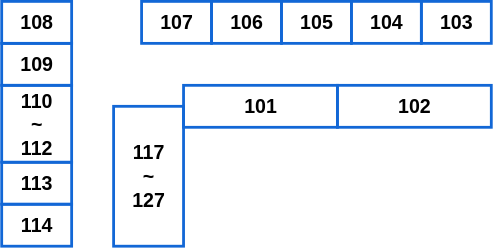
Above: public/images/floorplans/software/1f.svg in DKU-Opensource-Team23/Empty-Bear-FE (draw.io), before the change. Source tidied: cells renumbered, new cells last; positions are measured from the earlier drawing's top-left corner, leaving out a move shared by most shapes. Its diagram source:
```xml
<mxGraphModel>
  <root>
    <mxCell id="0" />
    <mxCell id="1" parent="0" />
    <mxCell id="2" value="107" style="whiteSpace=wrap;html=1;rounded=0;strokeColor=#1267D6;strokeWidth=2;align=center;verticalAlign=middle;fontFamily=sans-serif;fontSize=14;fontColor=default;fontStyle=1;fillColor=none;gradientColor=none;" parent="1" vertex="1">
      <mxGeometry x="100" width="50" height="30" as="geometry" />
    </mxCell>
    <mxCell id="3" value="106" style="whiteSpace=wrap;html=1;rounded=0;strokeColor=#1267D6;strokeWidth=2;align=center;verticalAlign=middle;fontFamily=sans-serif;fontSize=14;fontColor=default;fontStyle=1;fillColor=none;gradientColor=none;" parent="1" vertex="1">
      <mxGeometry x="150" width="50" height="30" as="geometry" />
    </mxCell>
    <mxCell id="4" value="105" style="whiteSpace=wrap;html=1;rounded=0;strokeColor=#1267D6;strokeWidth=2;align=center;verticalAlign=middle;fontFamily=sans-serif;fontSize=14;fontColor=default;fontStyle=1;fillColor=none;gradientColor=none;" parent="1" vertex="1">
      <mxGeometry x="200" width="50" height="30" as="geometry" />
    </mxCell>
    <mxCell id="5" value="104" style="whiteSpace=wrap;html=1;rounded=0;strokeColor=#1267D6;strokeWidth=2;align=center;verticalAlign=middle;fontFamily=sans-serif;fontSize=14;fontColor=default;fontStyle=1;fillColor=none;gradientColor=none;" parent="1" vertex="1">
      <mxGeometry x="250" width="50" height="30" as="geometry" />
    </mxCell>
    <mxCell id="6" value="103" style="whiteSpace=wrap;html=1;rounded=0;strokeColor=#1267D6;strokeWidth=2;align=center;verticalAlign=middle;fontFamily=sans-serif;fontSize=14;fontColor=default;fontStyle=1;fillColor=none;gradientColor=none;" parent="1" vertex="1">
      <mxGeometry x="300" width="50" height="30" as="geometry" />
    </mxCell>
    <mxCell id="7" value="102" style="whiteSpace=wrap;html=1;rounded=0;strokeColor=#1267D6;strokeWidth=2;align=center;verticalAlign=middle;fontFamily=sans-serif;fontSize=14;fontColor=default;fontStyle=1;fillColor=none;gradientColor=none;" parent="1" vertex="1">
      <mxGeometry x="240" y="60" width="110" height="30" as="geometry" />
    </mxCell>
    <mxCell id="8" value="101" style="whiteSpace=wrap;html=1;rounded=0;strokeColor=#1267D6;strokeWidth=2;align=center;verticalAlign=middle;fontFamily=sans-serif;fontSize=14;fontColor=default;fontStyle=1;fillColor=none;gradientColor=none;" parent="1" vertex="1">
      <mxGeometry x="130" y="60" width="110" height="30" as="geometry" />
    </mxCell>
    <mxCell id="9" value="108" style="whiteSpace=wrap;html=1;rounded=0;strokeColor=#1267D6;strokeWidth=2;align=center;verticalAlign=middle;fontFamily=sans-serif;fontSize=14;fontColor=default;fontStyle=1;fillColor=none;gradientColor=none;" parent="1" vertex="1">
      <mxGeometry width="50" height="30" as="geometry" />
    </mxCell>
    <mxCell id="10" value="109" style="whiteSpace=wrap;html=1;rounded=0;strokeColor=#1267D6;strokeWidth=2;align=center;verticalAlign=middle;fontFamily=sans-serif;fontSize=14;fontColor=default;fontStyle=1;fillColor=none;gradientColor=none;" parent="1" vertex="1">
      <mxGeometry y="30" width="50" height="30" as="geometry" />
    </mxCell>
    <mxCell id="11" value="110&lt;div&gt;~&lt;/div&gt;&lt;div&gt;112&lt;/div&gt;" style="whiteSpace=wrap;html=1;rounded=0;strokeColor=#1267D6;strokeWidth=2;align=center;verticalAlign=middle;fontFamily=sans-serif;fontSize=14;fontColor=default;fontStyle=1;fillColor=none;gradientColor=none;" parent="1" vertex="1">
      <mxGeometry y="60" width="50" height="55" as="geometry" />
    </mxCell>
    <mxCell id="12" value="117&lt;div&gt;~&lt;/div&gt;&lt;div&gt;127&lt;/div&gt;" style="whiteSpace=wrap;html=1;rounded=0;strokeColor=#1267D6;strokeWidth=2;align=center;verticalAlign=middle;fontFamily=sans-serif;fontSize=14;fontColor=default;fontStyle=1;fillColor=none;gradientColor=none;" parent="1" vertex="1">
      <mxGeometry x="80" y="75" width="50" height="100" as="geometry" />
    </mxCell>
    <mxCell id="13" value="113" style="whiteSpace=wrap;html=1;rounded=0;strokeColor=#1267D6;strokeWidth=2;align=center;verticalAlign=middle;fontFamily=sans-serif;fontSize=14;fontColor=default;fontStyle=1;fillColor=none;gradientColor=none;" parent="1" vertex="1">
      <mxGeometry y="115" width="50" height="30" as="geometry" />
    </mxCell>
    <mxCell id="14" value="114" style="whiteSpace=wrap;html=1;rounded=0;strokeColor=#1267D6;strokeWidth=2;align=center;verticalAlign=middle;fontFamily=sans-serif;fontSize=14;fontColor=default;fontStyle=1;fillColor=none;gradientColor=none;" parent="1" vertex="1">
      <mxGeometry y="145" width="50" height="30" as="geometry" />
    </mxCell>
  </root>
</mxGraphModel>
```
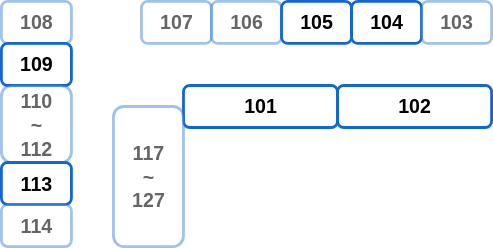
The same file after the commit.

Change to the diagram source:
```diff
@@ -2,43 +2,43 @@
   <root>
     <mxCell id="0" />
     <mxCell id="1" parent="0" />
-    <mxCell id="2" value="107" style="whiteSpace=wrap;html=1;rounded=0;strokeColor=#1267D6;strokeWidth=2;align=center;verticalAlign=middle;fontFamily=sans-serif;fontSize=14;fontColor=default;fontStyle=1;fillColor=none;gradientColor=none;" parent="1" vertex="1">
+    <mxCell id="2" value="107" style="whiteSpace=wrap;html=1;rounded=1;strokeColor=#1267D6;strokeWidth=2;align=center;verticalAlign=middle;fontFamily=sans-serif;fontSize=14;fontColor=default;fontStyle=1;fillColor=#FFFFFF;gradientColor=none;textOpacity=60;opacity=40;shadow=0;glass=0;fillStyle=auto;" parent="1" vertex="1">
       <mxGeometry x="100" width="50" height="30" as="geometry" />
     </mxCell>
-    <mxCell id="3" value="106" style="whiteSpace=wrap;html=1;rounded=0;strokeColor=#1267D6;strokeWidth=2;align=center;verticalAlign=middle;fontFamily=sans-serif;fontSize=14;fontColor=default;fontStyle=1;fillColor=none;gradientColor=none;" parent="1" vertex="1">
+    <mxCell id="3" value="106" style="whiteSpace=wrap;html=1;rounded=1;strokeColor=#1267D6;strokeWidth=2;align=center;verticalAlign=middle;fontFamily=sans-serif;fontSize=14;fontColor=default;fontStyle=1;fillColor=#FFFFFF;gradientColor=none;textOpacity=60;opacity=40;shadow=0;glass=0;fillStyle=auto;" parent="1" vertex="1">
       <mxGeometry x="150" width="50" height="30" as="geometry" />
     </mxCell>
-    <mxCell id="4" value="105" style="whiteSpace=wrap;html=1;rounded=0;strokeColor=#1267D6;strokeWidth=2;align=center;verticalAlign=middle;fontFamily=sans-serif;fontSize=14;fontColor=default;fontStyle=1;fillColor=none;gradientColor=none;" parent="1" vertex="1">
+    <mxCell id="4" value="105" style="whiteSpace=wrap;html=1;rounded=1;strokeColor=#1267D6;strokeWidth=2;align=center;verticalAlign=middle;fontFamily=sans-serif;fontSize=14;fontColor=default;fontStyle=1;fillColor=none;gradientColor=none;shadow=0;glass=0;" parent="1" vertex="1">
       <mxGeometry x="200" width="50" height="30" as="geometry" />
     </mxCell>
-    <mxCell id="5" value="104" style="whiteSpace=wrap;html=1;rounded=0;strokeColor=#1267D6;strokeWidth=2;align=center;verticalAlign=middle;fontFamily=sans-serif;fontSize=14;fontColor=default;fontStyle=1;fillColor=none;gradientColor=none;" parent="1" vertex="1">
+    <mxCell id="5" value="104" style="whiteSpace=wrap;html=1;rounded=1;strokeColor=#1267D6;strokeWidth=2;align=center;verticalAlign=middle;fontFamily=sans-serif;fontSize=14;fontColor=default;fontStyle=1;fillColor=none;gradientColor=none;shadow=0;glass=0;" parent="1" vertex="1">
       <mxGeometry x="250" width="50" height="30" as="geometry" />
     </mxCell>
-    <mxCell id="6" value="103" style="whiteSpace=wrap;html=1;rounded=0;strokeColor=#1267D6;strokeWidth=2;align=center;verticalAlign=middle;fontFamily=sans-serif;fontSize=14;fontColor=default;fontStyle=1;fillColor=none;gradientColor=none;" parent="1" vertex="1">
+    <mxCell id="6" value="103" style="whiteSpace=wrap;html=1;rounded=1;strokeColor=#1267D6;strokeWidth=2;align=center;verticalAlign=middle;fontFamily=sans-serif;fontSize=14;fontColor=default;fontStyle=1;fillColor=#FFFFFF;gradientColor=none;textOpacity=60;opacity=40;shadow=0;glass=0;fillStyle=auto;" parent="1" vertex="1">
       <mxGeometry x="300" width="50" height="30" as="geometry" />
     </mxCell>
-    <mxCell id="7" value="102" style="whiteSpace=wrap;html=1;rounded=0;strokeColor=#1267D6;strokeWidth=2;align=center;verticalAlign=middle;fontFamily=sans-serif;fontSize=14;fontColor=default;fontStyle=1;fillColor=none;gradientColor=none;" parent="1" vertex="1">
+    <mxCell id="7" value="102" style="whiteSpace=wrap;html=1;rounded=1;strokeColor=#1267D6;strokeWidth=2;align=center;verticalAlign=middle;fontFamily=sans-serif;fontSize=14;fontColor=default;fontStyle=1;fillColor=none;gradientColor=none;shadow=0;glass=0;" parent="1" vertex="1">
       <mxGeometry x="240" y="60" width="110" height="30" as="geometry" />
     </mxCell>
-    <mxCell id="8" value="101" style="whiteSpace=wrap;html=1;rounded=0;strokeColor=#1267D6;strokeWidth=2;align=center;verticalAlign=middle;fontFamily=sans-serif;fontSize=14;fontColor=default;fontStyle=1;fillColor=none;gradientColor=none;" parent="1" vertex="1">
+    <mxCell id="8" value="101" style="whiteSpace=wrap;html=1;rounded=1;strokeColor=#1267D6;strokeWidth=2;align=center;verticalAlign=middle;fontFamily=sans-serif;fontSize=14;fontColor=default;fontStyle=1;fillColor=none;gradientColor=none;shadow=0;glass=0;" parent="1" vertex="1">
       <mxGeometry x="130" y="60" width="110" height="30" as="geometry" />
     </mxCell>
-    <mxCell id="9" value="108" style="whiteSpace=wrap;html=1;rounded=0;strokeColor=#1267D6;strokeWidth=2;align=center;verticalAlign=middle;fontFamily=sans-serif;fontSize=14;fontColor=default;fontStyle=1;fillColor=none;gradientColor=none;" parent="1" vertex="1">
+    <mxCell id="9" value="108" style="whiteSpace=wrap;html=1;rounded=1;strokeColor=#1267D6;strokeWidth=2;align=center;verticalAlign=middle;fontFamily=sans-serif;fontSize=14;fontColor=default;fontStyle=1;fillColor=#FFFFFF;gradientColor=none;textOpacity=60;opacity=40;shadow=0;glass=0;fillStyle=auto;" parent="1" vertex="1">
       <mxGeometry width="50" height="30" as="geometry" />
     </mxCell>
-    <mxCell id="10" value="109" style="whiteSpace=wrap;html=1;rounded=0;strokeColor=#1267D6;strokeWidth=2;align=center;verticalAlign=middle;fontFamily=sans-serif;fontSize=14;fontColor=default;fontStyle=1;fillColor=none;gradientColor=none;" parent="1" vertex="1">
+    <mxCell id="10" value="109" style="whiteSpace=wrap;html=1;rounded=1;strokeColor=#1267D6;strokeWidth=2;align=center;verticalAlign=middle;fontFamily=sans-serif;fontSize=14;fontColor=default;fontStyle=1;fillColor=none;gradientColor=none;shadow=0;glass=0;" parent="1" vertex="1">
       <mxGeometry y="30" width="50" height="30" as="geometry" />
     </mxCell>
-    <mxCell id="11" value="110&lt;div&gt;~&lt;/div&gt;&lt;div&gt;112&lt;/div&gt;" style="whiteSpace=wrap;html=1;rounded=0;strokeColor=#1267D6;strokeWidth=2;align=center;verticalAlign=middle;fontFamily=sans-serif;fontSize=14;fontColor=default;fontStyle=1;fillColor=none;gradientColor=none;" parent="1" vertex="1">
+    <mxCell id="11" value="110&lt;div&gt;~&lt;/div&gt;&lt;div&gt;112&lt;/div&gt;" style="whiteSpace=wrap;html=1;rounded=1;strokeColor=#1267D6;strokeWidth=2;align=center;verticalAlign=middle;fontFamily=sans-serif;fontSize=14;fontColor=default;fontStyle=1;fillColor=#FFFFFF;gradientColor=none;textOpacity=60;opacity=40;shadow=0;glass=0;fillStyle=auto;" parent="1" vertex="1">
       <mxGeometry y="60" width="50" height="55" as="geometry" />
     </mxCell>
-    <mxCell id="12" value="117&lt;div&gt;~&lt;/div&gt;&lt;div&gt;127&lt;/div&gt;" style="whiteSpace=wrap;html=1;rounded=0;strokeColor=#1267D6;strokeWidth=2;align=center;verticalAlign=middle;fontFamily=sans-serif;fontSize=14;fontColor=default;fontStyle=1;fillColor=none;gradientColor=none;" parent="1" vertex="1">
+    <mxCell id="12" value="117&lt;div&gt;~&lt;/div&gt;&lt;div&gt;127&lt;/div&gt;" style="whiteSpace=wrap;html=1;rounded=1;strokeColor=#1267D6;strokeWidth=2;align=center;verticalAlign=middle;fontFamily=sans-serif;fontSize=14;fontColor=default;fontStyle=1;fillColor=#FFFFFF;gradientColor=none;textOpacity=60;opacity=40;shadow=0;glass=0;fillStyle=auto;" parent="1" vertex="1">
       <mxGeometry x="80" y="75" width="50" height="100" as="geometry" />
     </mxCell>
-    <mxCell id="13" value="113" style="whiteSpace=wrap;html=1;rounded=0;strokeColor=#1267D6;strokeWidth=2;align=center;verticalAlign=middle;fontFamily=sans-serif;fontSize=14;fontColor=default;fontStyle=1;fillColor=none;gradientColor=none;" parent="1" vertex="1">
+    <mxCell id="13" value="113" style="whiteSpace=wrap;html=1;rounded=1;strokeColor=#1267D6;strokeWidth=2;align=center;verticalAlign=middle;fontFamily=sans-serif;fontSize=14;fontColor=default;fontStyle=1;fillColor=none;gradientColor=none;shadow=0;glass=0;" parent="1" vertex="1">
       <mxGeometry y="115" width="50" height="30" as="geometry" />
     </mxCell>
-    <mxCell id="14" value="114" style="whiteSpace=wrap;html=1;rounded=0;strokeColor=#1267D6;strokeWidth=2;align=center;verticalAlign=middle;fontFamily=sans-serif;fontSize=14;fontColor=default;fontStyle=1;fillColor=none;gradientColor=none;" parent="1" vertex="1">
+    <mxCell id="14" value="114" style="whiteSpace=wrap;html=1;rounded=1;strokeColor=#1267D6;strokeWidth=2;align=center;verticalAlign=middle;fontFamily=sans-serif;fontSize=14;fontColor=default;fontStyle=1;fillColor=#FFFFFF;gradientColor=none;textOpacity=60;opacity=40;shadow=0;glass=0;fillStyle=auto;" parent="1" vertex="1">
       <mxGeometry y="145" width="50" height="30" as="geometry" />
     </mxCell>
   </root>
```
